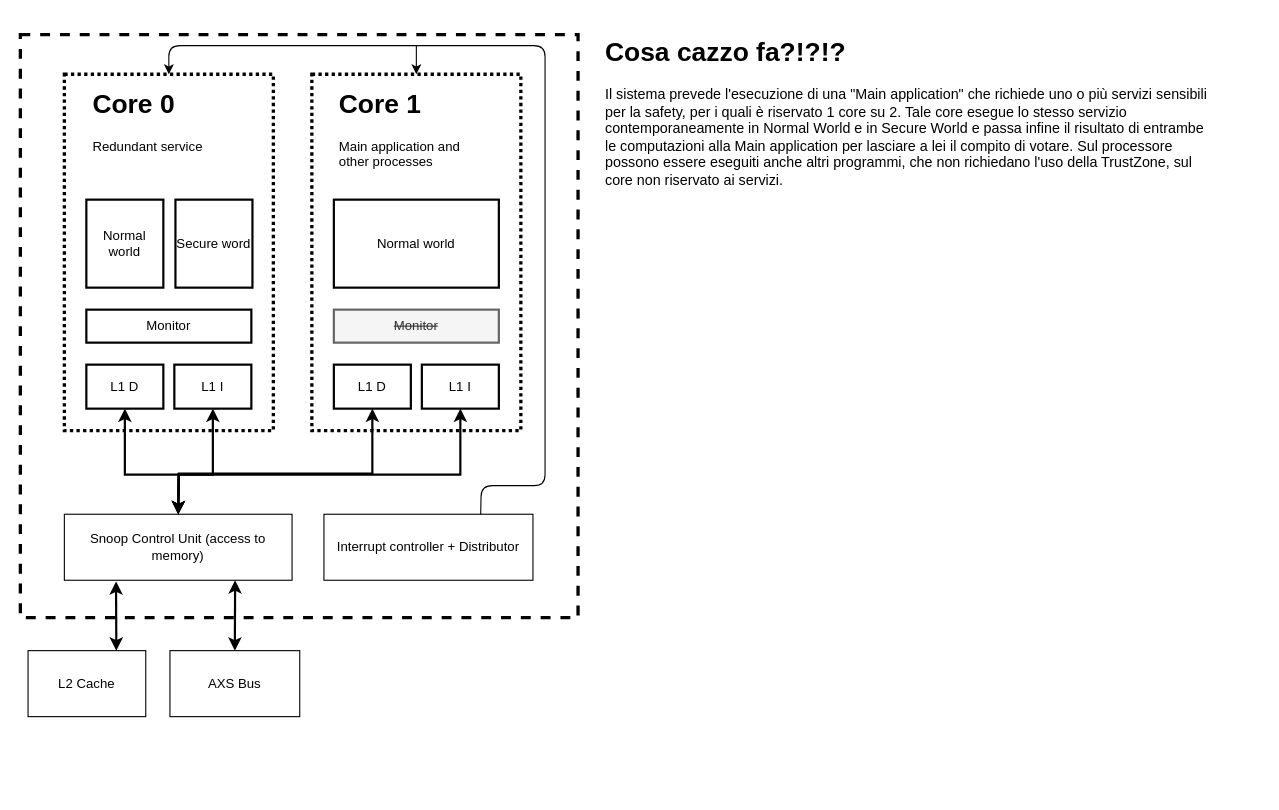
This is page "Page-3" (4 of 4) of Untitled Diagram.drawio from gabrielegiannini/quality-and-certification-project, a draw.io file, before an edit. Source tidied: cells renumbered, new cells numbered last; positions are measured from the earlier drawing's top-left corner, leaving out a move shared by most shapes. Both pictures are drawn from the tidied source at 110%, with x=0, y=0 at pixel (20, 30).
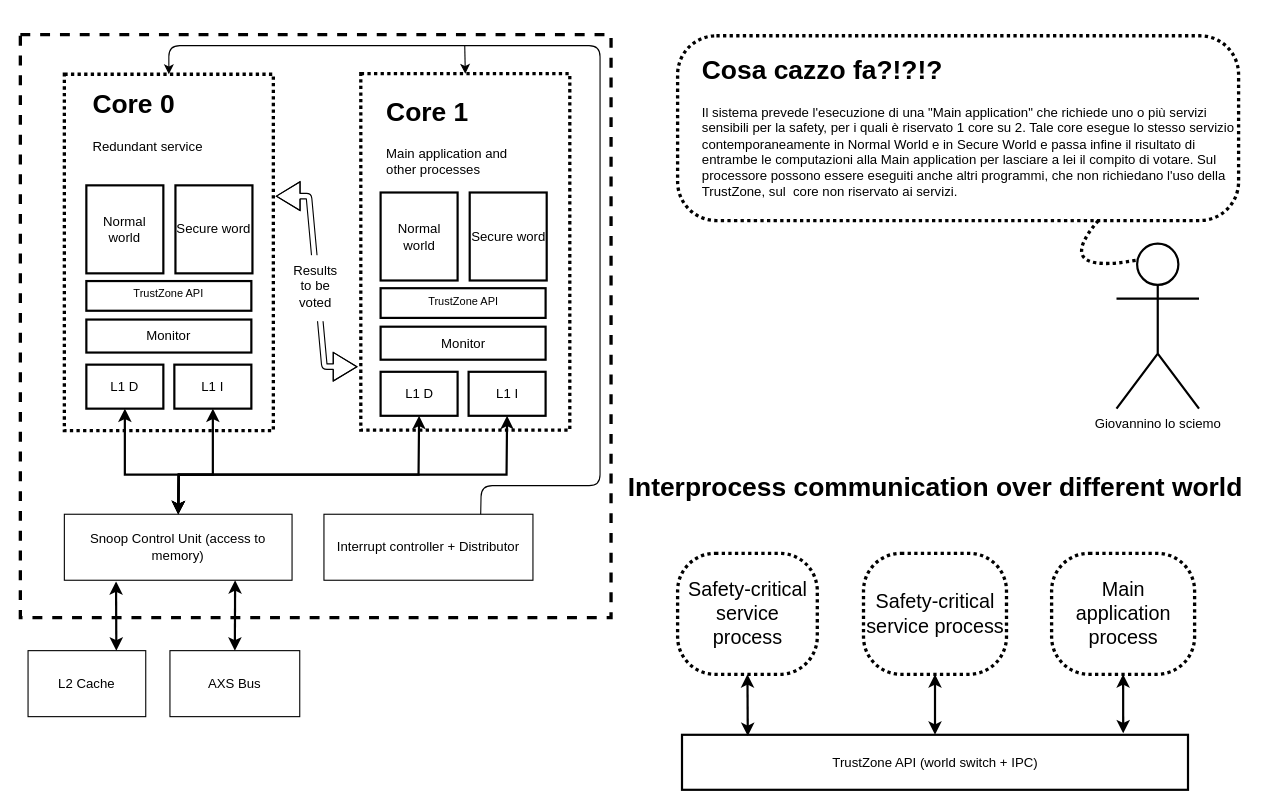
The same page after the edit.

The change refers to these unchanged cells:
```xml
<mxCell id="3" style="rounded=0;whiteSpace=wrap;html=1;fillColor=none;dashed=1;strokeWidth=3;dashPattern=1 1;" parent="1" vertex="1">
  <mxGeometry x="40" y="40" width="190" height="324" as="geometry" />
</mxCell>
<mxCell id="16" value="Interrupt controller + Distributor" style="rounded=0;whiteSpace=wrap;html=1;strokeColor=#000000;strokeWidth=1;fillColor=none;" parent="1" vertex="1">
  <mxGeometry x="276" y="440" width="190" height="60" as="geometry" />
</mxCell>
<mxCell id="19" value="Snoop Control Unit (access to memory)" style="rounded=0;whiteSpace=wrap;html=1;strokeColor=#000000;strokeWidth=1;fillColor=none;" parent="1" vertex="1">
  <mxGeometry x="40" y="440" width="207" height="60" as="geometry" />
</mxCell>
```

Diff of the diagram source:
```diff
@@
     <mxCell id="2" style="rounded=0;whiteSpace=wrap;html=1;fillColor=none;dashed=1;strokeWidth=3;" parent="1" vertex="1">
-      <mxGeometry y="4" width="507" height="530" as="geometry" />
+      <mxGeometry y="4" width="537" height="530" as="geometry" />
     </mxCell>
@@
     <mxCell id="4" style="rounded=0;whiteSpace=wrap;html=1;fillColor=none;dashed=1;strokeWidth=3;dashPattern=1 1;" parent="1" vertex="1">
-      <mxGeometry x="265" y="40" width="190" height="324" as="geometry" />
+      <mxGeometry x="309.5" y="39.5" width="190" height="324" as="geometry" />
     </mxCell>
@@
     <mxCell id="6" value="&lt;h1&gt;Core 1&lt;br&gt;&lt;/h1&gt;&lt;p&gt;Main application and other processes&lt;br&gt;&lt;/p&gt;" style="text;html=1;strokeColor=none;fillColor=none;spacing=5;spacingTop=-20;whiteSpace=wrap;overflow=hidden;rounded=0;dashed=1;" parent="1" vertex="1">
-      <mxGeometry x="285" y="48" width="126" height="95" as="geometry" />
+      <mxGeometry x="327.5" y="54.5" width="126" height="95" as="geometry" />
     </mxCell>
     <mxCell id="7" value="Normal world" style="rounded=0;whiteSpace=wrap;html=1;strokeWidth=2;fillColor=none;strokeColor=#000000;" parent="1" vertex="1">
-      <mxGeometry x="60" y="154" width="70" height="80" as="geometry" />
+      <mxGeometry x="60" y="141" width="70" height="80" as="geometry" />
     </mxCell>
     <mxCell id="8" value="Secure word" style="rounded=0;whiteSpace=wrap;html=1;strokeWidth=2;fillColor=none;strokeColor=#000000;" parent="1" vertex="1">
-      <mxGeometry x="141" y="154" width="70" height="80" as="geometry" />
+      <mxGeometry x="141" y="141" width="70" height="80" as="geometry" />
     </mxCell>
-    <mxCell id="9" value="Normal world" style="rounded=0;whiteSpace=wrap;html=1;strokeColor=#000000;strokeWidth=2;fillColor=none;" parent="1" vertex="1">
-      <mxGeometry x="285" y="154" width="150" height="80" as="geometry" />
-    </mxCell>
     <mxCell id="10" value="Monitor" style="rounded=0;whiteSpace=wrap;html=1;strokeColor=#000000;strokeWidth=2;fillColor=none;" parent="1" vertex="1">
-      <mxGeometry x="60" y="254" width="150" height="30" as="geometry" />
+      <mxGeometry x="60" y="263" width="150" height="30" as="geometry" />
     </mxCell>
-    <mxCell id="11" value="&lt;strike&gt;Monitor&lt;/strike&gt;" style="rounded=0;whiteSpace=wrap;html=1;strokeColor=#666666;strokeWidth=2;fillColor=#f5f5f5;fontColor=#333333;" parent="1" vertex="1">
-      <mxGeometry x="285" y="254" width="150" height="30" as="geometry" />
-    </mxCell>
@@
     <mxCell id="14" value="L1 D" style="rounded=0;whiteSpace=wrap;html=1;strokeColor=#000000;strokeWidth=2;fillColor=none;" parent="1" vertex="1">
-      <mxGeometry x="285" y="304" width="70" height="40" as="geometry" />
+      <mxGeometry x="327.5" y="310.5" width="70" height="40" as="geometry" />
     </mxCell>
     <mxCell id="15" value="L1 I" style="rounded=0;whiteSpace=wrap;html=1;strokeColor=#000000;strokeWidth=2;fillColor=none;" parent="1" vertex="1">
-      <mxGeometry x="365" y="304" width="70" height="40" as="geometry" />
+      <mxGeometry x="407.5" y="310.5" width="70" height="40" as="geometry" />
     </mxCell>
@@
     <mxCell id="17" style="endArrow=classic;html=1;exitX=0.75;exitY=0;exitDx=0;exitDy=0;entryX=0.5;entryY=0;entryDx=0;entryDy=0;rounded=1;" parent="1" edge="1" source="16" target="3">
       <mxGeometry relative="1" as="geometry">
         <Array as="points">
           <mxPoint x="419" y="414" />
-          <mxPoint x="477" y="414" />
-          <mxPoint x="477" y="14" />
+          <mxPoint x="527" y="414" />
+          <mxPoint x="527" y="14" />
           <mxPoint x="135" y="14" />
         </Array>
       </mxGeometry>
     </mxCell>
     <mxCell id="18" style="endArrow=classic;html=1;entryX=0.5;entryY=0;entryDx=0;entryDy=0;" parent="1" edge="1" target="4">
       <mxGeometry relative="1" as="geometry">
-        <mxPoint x="360" y="14" as="sourcePoint" />
+        <mxPoint x="404" y="14" as="sourcePoint" />
       </mxGeometry>
     </mxCell>
@@
     <mxCell id="22" style="endArrow=classic;startArrow=classic;html=1;strokeWidth=2;rounded=0;exitX=0.5;exitY=0;exitDx=0;exitDy=0;entryX=0.5;entryY=1;entryDx=0;entryDy=0;" parent="1" edge="1" source="19" target="14">
       <mxGeometry relative="1" as="geometry">
         <Array as="points">
-          <mxPoint x="144" y="403" />
-          <mxPoint x="320" y="403" />
+          <mxPoint x="144" y="404" />
+          <mxPoint x="362" y="404" />
         </Array>
       </mxGeometry>
     </mxCell>
     <mxCell id="23" style="endArrow=classic;startArrow=classic;html=1;strokeWidth=2;rounded=0;exitX=0.5;exitY=0;exitDx=0;exitDy=0;entryX=0.5;entryY=1;entryDx=0;entryDy=0;" parent="1" edge="1" source="19" target="15">
       <mxGeometry relative="1" as="geometry">
         <Array as="points">
           <mxPoint x="144" y="404" />
-          <mxPoint x="400" y="404" />
+          <mxPoint x="442" y="404" />
         </Array>
       </mxGeometry>
     </mxCell>
@@
+    <mxCell id="29" value="&lt;p style=&quot;line-height: 110% ; font-size: 10px&quot;&gt;&lt;font style=&quot;font-size: 10px&quot;&gt;TrustZone API&lt;/font&gt;&lt;/p&gt;" style="rounded=0;whiteSpace=wrap;html=1;fillColor=none;strokeWidth=2;rotation=0;labelPosition=center;verticalLabelPosition=middle;align=center;verticalAlign=middle;spacingTop=-5;" parent="1" vertex="1">
+      <mxGeometry x="60" y="228" width="150" height="27" as="geometry" />
+    </mxCell>
+    <mxCell id="30" style="whiteSpace=wrap;html=1;rounded=1;arcSize=21;align=center;verticalAlign=middle;strokeWidth=3;spacing=4;fillColor=none;dashed=1;dashPattern=1 1;" parent="1" vertex="1">
+      <mxGeometry x="597.5" y="5" width="510" height="168" as="geometry" />
+    </mxCell>
-    <mxCell id="28" value="&lt;h1&gt;Cosa cazzo fa?!?!?&lt;br&gt;&lt;/h1&gt;&lt;p style=&quot;font-size: 13px&quot;&gt;Il sistema prevede l'esecuzione di una &quot;Main application&quot; che richiede uno o più servizi sensibili per la safety, per i quali è riservato 1 core su 2. Tale core esegue lo stesso servizio contemporaneamente in Normal World e in Secure World e passa infine il risultato di entrambe le computazioni alla Main application per lasciare a lei il compito di votare. Sul processore possono essere eseguiti anche altri programmi, che non richiedano l'uso della TrustZone, sul&amp;nbsp; core non riservato ai servizi.&lt;br&gt;&lt;/p&gt;" style="text;html=1;strokeColor=none;fillColor=none;spacing=5;spacingTop=-20;whiteSpace=wrap;overflow=hidden;rounded=0;" parent="1" vertex="1">
-      <mxGeometry x="527" width="560" height="209" as="geometry" />
+    <mxCell id="28" value="&lt;h1&gt;Cosa cazzo fa?!?!?&lt;br&gt;&lt;/h1&gt;&lt;p&gt;Il sistema prevede l'esecuzione di una &quot;Main application&quot; che richiede uno o più servizi sensibili per la safety, per i quali è riservato 1 core su 2. Tale core esegue lo stesso servizio contemporaneamente in Normal World e in Secure World e passa infine il risultato di entrambe le computazioni alla Main application per lasciare a lei il compito di votare. Sul processore possono essere eseguiti anche altri programmi, che non richiedano l'uso della TrustZone, sul&amp;nbsp; core non riservato ai servizi.&lt;br&gt;&lt;/p&gt;" style="text;html=1;strokeColor=none;fillColor=none;spacing=5;spacingTop=-20;whiteSpace=wrap;overflow=hidden;rounded=0;" parent="1" vertex="1">
+      <mxGeometry x="614.5" y="17" width="492" height="146" as="geometry" />
     </mxCell>
+    <mxCell id="31" value="Giovannino lo sciemo" style="shape=umlActor;verticalLabelPosition=bottom;labelBackgroundColor=#ffffff;verticalAlign=top;html=1;outlineConnect=0;strokeWidth=2;fillColor=none;" parent="1" vertex="1">
+      <mxGeometry x="996.5" y="194" width="75" height="150" as="geometry" />
+    </mxCell>
+    <mxCell id="32" style="curved=1;endArrow=none;html=1;exitX=0.75;exitY=1;exitDx=0;exitDy=0;entryX=0.25;entryY=0.1;entryDx=0;entryDy=0;entryPerimeter=0;endFill=0;dashed=1;dashPattern=1 1;strokeWidth=3;" parent="1" edge="1" source="30" target="31">
+      <mxGeometry relative="1" as="geometry">
+        <Array as="points">
+          <mxPoint x="937" y="223" />
+        </Array>
+      </mxGeometry>
+    </mxCell>
+    <mxCell id="33" value="&lt;h1&gt;Interprocess communication over different world&lt;br&gt;&lt;/h1&gt;" style="text;html=1;strokeColor=none;fillColor=none;align=center;verticalAlign=middle;whiteSpace=wrap;rounded=0;dashed=1;dashPattern=1 1;" parent="1" vertex="1">
+      <mxGeometry x="537" y="386" width="590" height="60" as="geometry" />
+    </mxCell>
+    <mxCell id="34" style="group;" parent="1" vertex="1">
+      <mxGeometry x="597.5" y="475.5" width="470" height="215" as="geometry" />
+    </mxCell>
+    <mxCell id="35" value="&lt;p&gt;&lt;font style=&quot;font-size: 18px&quot;&gt;Safety-critical service process&lt;/font&gt;&lt;/p&gt;" style="rounded=1;whiteSpace=wrap;html=1;fillColor=none;dashed=1;strokeWidth=3;dashPattern=1 1;shadow=0;glass=0;comic=0;arcSize=31;" parent="34" vertex="1">
+      <mxGeometry width="127" height="110" as="geometry" />
+    </mxCell>
+    <mxCell id="36" value="&lt;p&gt;&lt;font style=&quot;font-size: 18px&quot;&gt;Main application process&lt;br&gt;&lt;/font&gt;&lt;/p&gt;" style="rounded=1;whiteSpace=wrap;html=1;fillColor=none;dashed=1;strokeWidth=3;dashPattern=1 1;shadow=0;glass=0;comic=0;arcSize=31;" parent="34" vertex="1">
+      <mxGeometry x="340" width="130" height="110" as="geometry" />
+    </mxCell>
+    <mxCell id="37" style="endArrow=classic;startArrow=classic;html=1;strokeWidth=2;entryX=0.5;entryY=1;entryDx=0;entryDy=0;exitX=0.13;exitY=0.021;exitDx=0;exitDy=0;exitPerimeter=0;" parent="34" edge="1" source="40" target="35">
+      <mxGeometry relative="1" as="geometry" />
+    </mxCell>
+    <mxCell id="38" style="endArrow=classic;startArrow=classic;html=1;strokeWidth=2;exitX=0.872;exitY=-0.026;exitDx=0;exitDy=0;exitPerimeter=0;entryX=0.5;entryY=1;entryDx=0;entryDy=0;" parent="34" edge="1" source="40" target="36">
+      <mxGeometry relative="1" as="geometry" />
+    </mxCell>
+    <mxCell id="39" value="&lt;p&gt;&lt;font style=&quot;font-size: 18px&quot;&gt;Safety-critical service process&lt;/font&gt;&lt;/p&gt;" style="rounded=1;whiteSpace=wrap;html=1;fillColor=none;dashed=1;strokeWidth=3;dashPattern=1 1;shadow=0;glass=0;comic=0;arcSize=31;" parent="34" vertex="1">
+      <mxGeometry x="169" width="130" height="110" as="geometry" />
+    </mxCell>
+    <mxCell id="40" value="TrustZone API (world switch + IPC)" style="rounded=0;whiteSpace=wrap;html=1;shadow=0;glass=0;comic=0;strokeWidth=2;fillColor=none;" parent="34" vertex="1">
+      <mxGeometry x="4" y="165" width="460" height="50" as="geometry" />
+    </mxCell>
+    <mxCell id="41" style="endArrow=classic;startArrow=classic;html=1;strokeWidth=2;entryX=0.5;entryY=1;entryDx=0;entryDy=0;exitX=0.5;exitY=0;exitDx=0;exitDy=0;" parent="34" edge="1" source="40" target="39">
+      <mxGeometry relative="1" as="geometry" />
+    </mxCell>
+    <mxCell id="9" value="Normal world" style="rounded=0;whiteSpace=wrap;html=1;strokeWidth=2;fillColor=none;strokeColor=#000000;" parent="1" vertex="1">
+      <mxGeometry x="327.5" y="147.5" width="70" height="80" as="geometry" />
+    </mxCell>
+    <mxCell id="42" value="Secure word" style="rounded=0;whiteSpace=wrap;html=1;strokeWidth=2;fillColor=none;strokeColor=#000000;" parent="1" vertex="1">
+      <mxGeometry x="408.5" y="147.5" width="70" height="80" as="geometry" />
+    </mxCell>
+    <mxCell id="11" value="Monitor" style="rounded=0;whiteSpace=wrap;html=1;strokeColor=#000000;strokeWidth=2;fillColor=none;" parent="1" vertex="1">
+      <mxGeometry x="327.5" y="269.5" width="150" height="30" as="geometry" />
+    </mxCell>
+    <mxCell id="43" value="&lt;p style=&quot;line-height: 110% ; font-size: 10px&quot;&gt;&lt;font style=&quot;font-size: 10px&quot;&gt;TrustZone API&lt;/font&gt;&lt;/p&gt;" style="rounded=0;whiteSpace=wrap;html=1;fillColor=none;strokeWidth=2;rotation=0;labelPosition=center;verticalLabelPosition=middle;align=center;verticalAlign=middle;spacingTop=-5;" parent="1" vertex="1">
+      <mxGeometry x="327.5" y="234.5" width="150" height="27" as="geometry" />
+    </mxCell>
+    <mxCell id="44" style="shape=flexArrow;endArrow=classic;startArrow=classic;html=1;edgeStyle=entityRelationEdgeStyle;width=5;endSize=6.833333333333333;entryX=-0.016;entryY=0.822;entryDx=0;entryDy=0;entryPerimeter=0;exitX=1.012;exitY=0.342;exitDx=0;exitDy=0;exitPerimeter=0;startSize=6.833333333333333;" parent="1" edge="1" source="3" target="4">
+      <mxGeometry relative="1" as="geometry" />
+    </mxCell>
+    <mxCell id="45" value="&lt;div align=&quot;center&quot;&gt;Results to be voted&lt;/div&gt;&lt;div align=&quot;center&quot;&gt;&lt;br&gt;&lt;/div&gt;" style="text;html=1;align=center;verticalAlign=top;whiteSpace=wrap;rounded=0;fillColor=#ffffff;" parent="1" vertex="1">
+      <mxGeometry x="245" y="204.5" width="47" height="60" as="geometry" />
+    </mxCell>
```
